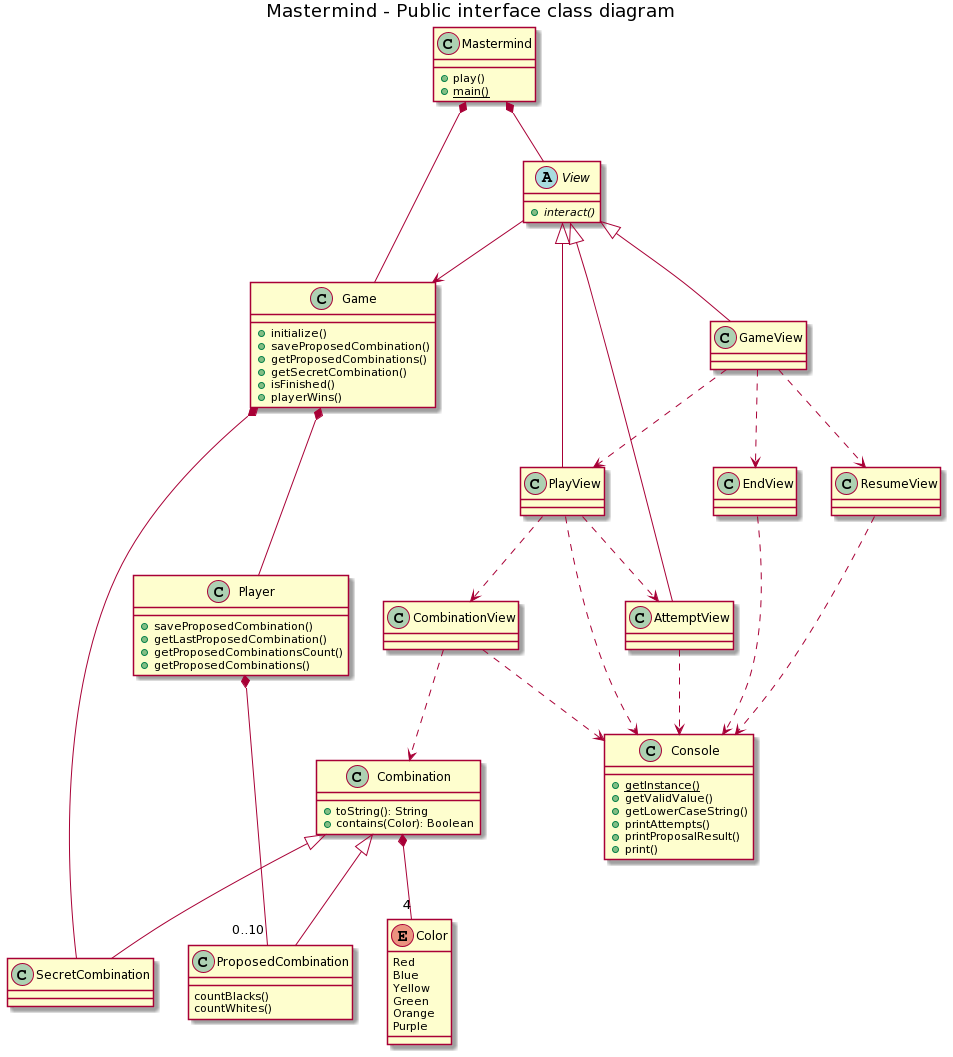
Above: mastermind-public-interface.png in Master-Desarrollo-20-21/diseno-oo-ejercicio2-mastermind-document-view-ferllop (PlantUML), before the change.
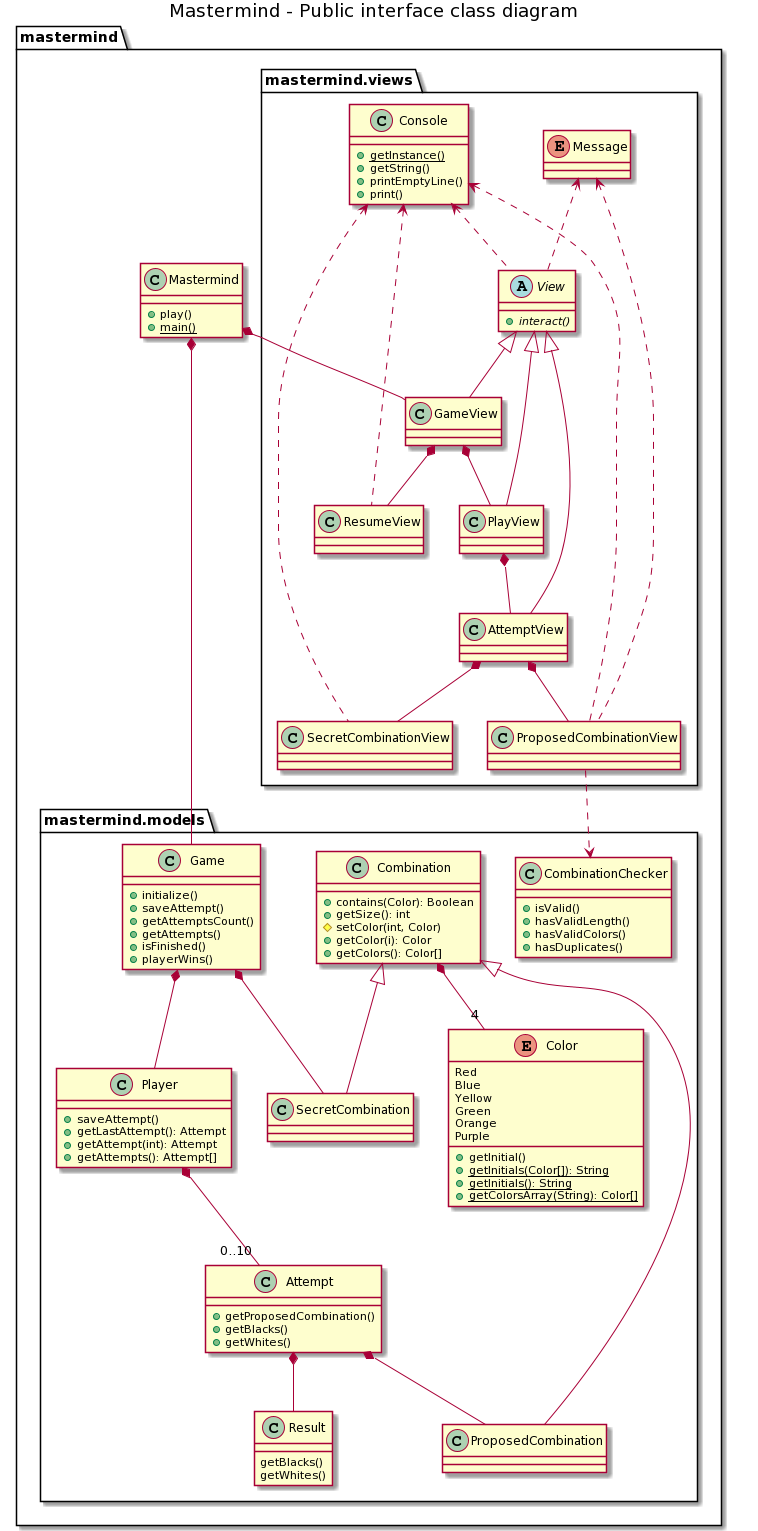
Above is the later version.

Commit message:
Impement DocumentView. Second chance.

What changed in the source:
```diff
@@ -1,80 +1,117 @@
 @startuml
 title Mastermind - Public interface class diagram
+package mastermind{
 
-class Mastermind {
-    +play()
-    +{static} main()
+    class Mastermind {
+        +play()
+        +{static} main()
+    }
+
+    package mastermind.models {
+        Mastermind *-- Game
+
+        class Game {
+            +initialize()
+            +saveAttempt()
+            +getAttemptsCount()
+            +getAttempts()
+            +isFinished()
+            +playerWins()
+        }
+        Game *-- SecretCombination
+        Game *-- Player
+
+        class Combination{
+            +contains(Color): Boolean
+            +getSize(): int
+            #setColor(int, Color)
+            +getColor(i): Color
+            +getColors(): Color[]
+        }
+        Combination *-- "4" Color
+        Combination <|-- SecretCombination
+        Combination <|-- ProposedCombination
+
+        class Attempt {
+            +getProposedCombination()
+            +getBlacks()
+            +getWhites()
+        }
+        Attempt *-- ProposedCombination
+        Attempt *-- Result
+
+        class Result {
+            getBlacks()
+            getWhites()
+        }
+
+        class Player {
+            +saveAttempt()
+            +getLastAttempt(): Attempt
+            +getAttempt(int): Attempt
+            +getAttempts(): Attempt[]
+        }
+        Player *-- "0..10"Attempt
+
+        Enum Color {
+            Red
+            Blue
+            Yellow
+            Green
+            Orange
+            Purple
+            +getInitial()
+            +{static}getInitials(Color[]): String
+            +{static}getInitials(): String
+            +{static}getColorsArray(String): Color[]
+        }
+
+        class CombinationChecker{
+            +isValid()
+            +hasValidLength()
+            +hasValidColors()
+            +hasDuplicates()
+        }
+    }
+
+    package mastermind.views {
+        Mastermind *-- GameView
+
+        abstract class View {
+            +{abstract}interact()
+        }
+        View <|-- GameView
+        View <|-- PlayView
+        View <|-- AttemptView
+
+        class GameView{}
+        GameView *-- PlayView
+        GameView *-- ResumeView
+
+        class PlayView{}
+        PlayView *-- AttemptView
+
+        class AttemptView{}
+        AttemptView *-- ProposedCombinationView
+        AttemptView *-- SecretCombinationView
+
+        class ProposedCombinationView{}
+        ProposedCombinationView ..> CombinationChecker
+
+        enum Message{}
+        Message <.. ProposedCombinationView
+        Message <.. View
+
+        class Console {
+            +{static}getInstance()
+            +getString()
+            +printEmptyLine()
+            +print()
+        }
+        Console <.. View
+        Console <.. ProposedCombinationView
+        Console <.. SecretCombinationView
+        Console <.. ResumeView
+    }
 }
-Mastermind *-- Game
-Mastermind *-- View
-
-class Game {
-    +initialize()
-    +saveProposedCombination()
-    +getProposedCombinations()
-    +getSecretCombination()
-    +isFinished()
-    +playerWins()
-}
-Game *-- SecretCombination
-Game *-- Player
-
-class Combination{
-    +toString(): String
-    +contains(Color): Boolean
-}
-Combination *-- "4" Color
-Combination <|-- SecretCombination
-Combination <|-- ProposedCombination
-
-class ProposedCombination {
-    countBlacks()
-    countWhites()
-}
-
-class Player {
-    +saveProposedCombination()
-    +getLastProposedCombination()
-    +getProposedCombinationsCount()
-    +getProposedCombinations()
-}
-Player *-- "0..10"ProposedCombination
-
-Enum Color {
-    Red
-    Blue
-    Yellow
-    Green
-    Orange
-    Purple
-}
-
-
-abstract class View {
-    +{abstract}interact()
-}
-View <|-- GameView
-View <|-- PlayView
-View <|-- AttemptView
-View --> Game
-GameView ..> PlayView
-GameView ..> ResumeView
-GameView ..> EndView
-PlayView ..> AttemptView
-PlayView ..> CombinationView
-CombinationView ..> Combination
-
-class Console {
-    +{static}getInstance()
-    +getValidValue()
-    +getLowerCaseString()
-    +printAttempts()
-    +printProposalResult()
-    +print()
-}
-PlayView ..> Console
-AttemptView ..> Console
-ResumeView ..> Console
-EndView ..> Console
-CombinationView ..> Console
 @enduml
```
